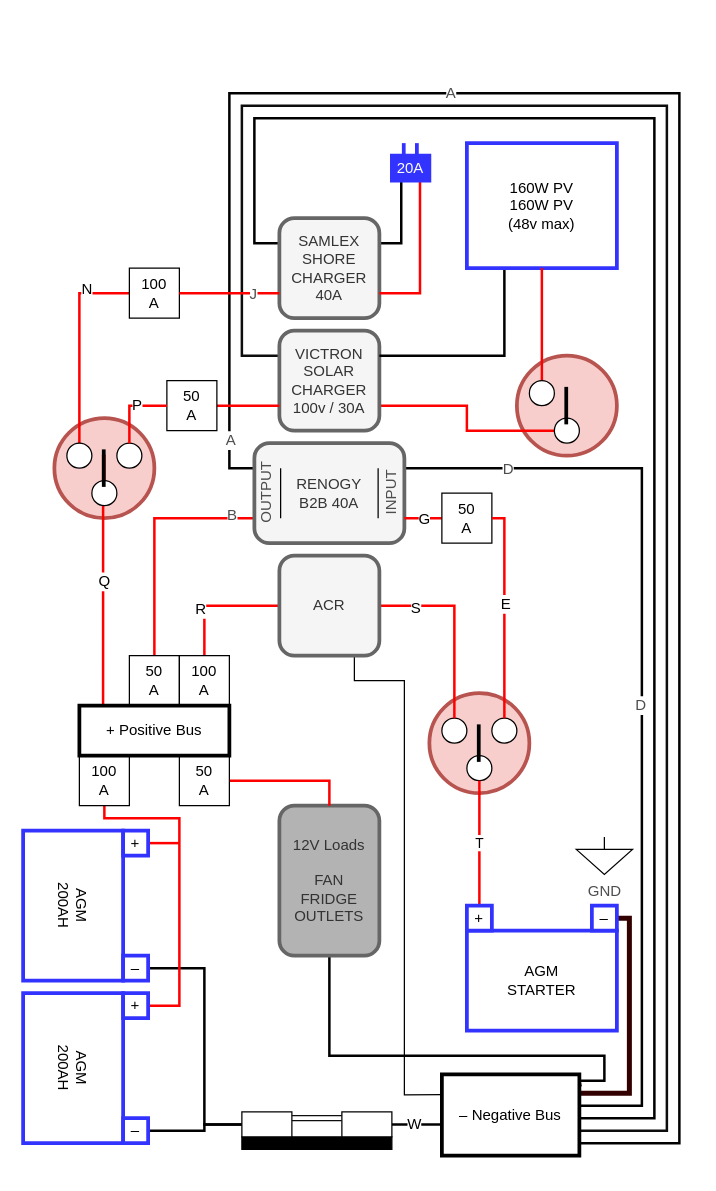
michael-collins/12v keeps this draw.io diagram as electrical-diagram.drawio. Above is the earlier version. Source tidied: cells renumbered, new cells numbered last; positions are measured from the earlier drawing's top-left corner, leaving out a move shared by most shapes. Both pictures are drawn from the tidied source at 125%, with x=0, y=0 at pixel (-2, 92).
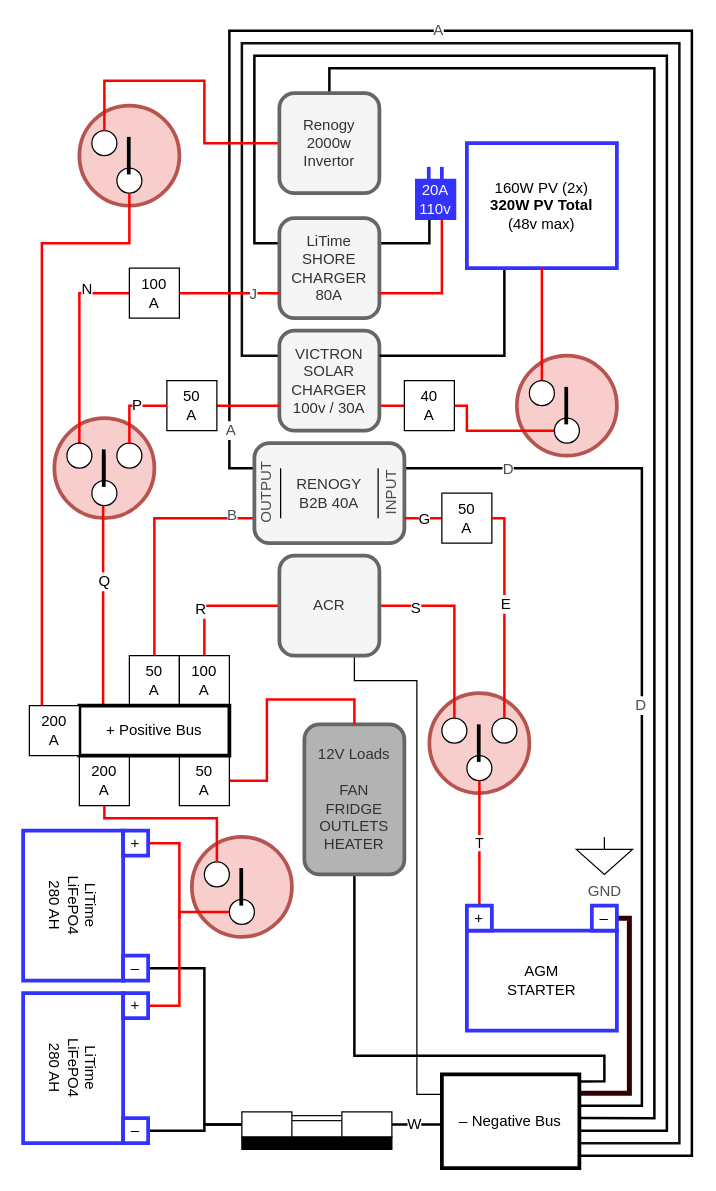
After the change.

Unchanged cells that the change refers to:
```xml
<mxCell id="19" value="ACR" style="whiteSpace=wrap;html=1;strokeWidth=3;fillColor=#f5f5f5;strokeColor=#666666;fontColor=#333333;rounded=1;" parent="1" vertex="1">
  <mxGeometry x="225" y="370" width="80" height="80" as="geometry" />
</mxCell>
<mxCell id="22" value="VICTRON&lt;br&gt;SOLAR&lt;br&gt;CHARGER&lt;br&gt;100v / 30A" style="whiteSpace=wrap;html=1;fillColor=#f5f5f5;strokeColor=#666666;fontColor=#333333;strokeWidth=3;rounded=1;" parent="1" vertex="1">
  <mxGeometry x="225" y="190" width="80" height="80" as="geometry" />
</mxCell>
<mxCell id="31" value="RENOGY&lt;br&gt;B2B 40A" style="rounded=1;whiteSpace=wrap;html=1;strokeWidth=3;fillColor=#f5f5f5;strokeColor=#666666;fontColor=#333333;" parent="1" vertex="1">
  <mxGeometry x="205" y="280" width="120" height="80" as="geometry" />
</mxCell>
<mxCell id="84" value="+" style="whiteSpace=wrap;html=1;rotation=0;strokeWidth=3;strokeColor=#3333FF;" parent="1" vertex="1">
  <mxGeometry x="100" y="590" width="20" height="20" as="geometry" />
</mxCell>
<mxCell id="87" value="+" style="whiteSpace=wrap;html=1;rotation=0;strokeColor=#3333FF;strokeWidth=3;" parent="1" vertex="1">
  <mxGeometry x="100" y="720" width="20" height="20" as="geometry" />
</mxCell>
```

Change to the diagram source:
```diff
@@
+    <mxCell id="101" style="group;" parent="1" vertex="1">
+      <mxGeometry x="155" y="595" width="80" height="80" as="geometry" />
+    </mxCell>
+    <mxCell id="102" style="ellipse;whiteSpace=wrap;html=1;strokeWidth=3;fillColor=#f8cecc;strokeColor=#b85450;" parent="101" vertex="1">
+      <mxGeometry width="80" height="80" as="geometry" />
+    </mxCell>
+    <mxCell id="103" style="group;rotation=-180;" parent="101" vertex="1">
+      <mxGeometry x="10" y="20" width="60" height="50" as="geometry" />
+    </mxCell>
+    <mxCell id="104" style="group;rotation=-180;" parent="103" vertex="1">
+      <mxGeometry width="60" height="50" as="geometry" />
+    </mxCell>
+    <mxCell id="105" style="ellipse;whiteSpace=wrap;html=1;rotation=-180;" parent="104" vertex="1">
+      <mxGeometry x="20" y="30" width="20" height="20" as="geometry" />
+    </mxCell>
+    <mxCell id="106" style="ellipse;whiteSpace=wrap;html=1;rotation=-180;" parent="104" vertex="1">
+      <mxGeometry width="20" height="20" as="geometry" />
+    </mxCell>
+    <mxCell id="107" style="endArrow=none;html=1;strokeColor=#000000;strokeWidth=3;" parent="101" edge="1">
+      <mxGeometry relative="1" as="geometry">
+        <mxPoint x="39.5" y="55" as="sourcePoint" />
+        <mxPoint x="39.5" y="25" as="targetPoint" />
+      </mxGeometry>
+    </mxCell>
@@
-    <mxCell id="13" style="edgeStyle=orthogonalEdgeStyle;rounded=0;jettySize=auto;html=1;strokeColor=#FF0000;endArrow=none;endFill=0;entryX=0.5;entryY=1;entryDx=0;entryDy=0;elbow=vertical;strokeWidth=2;exitX=1;exitY=0.5;exitDx=0;exitDy=0;" parent="1" edge="1" source="87" target="52">
+    <mxCell id="13" style="edgeStyle=orthogonalEdgeStyle;rounded=0;jettySize=auto;html=1;strokeColor=#FF0000;endArrow=none;endFill=0;elbow=vertical;strokeWidth=2;exitX=1;exitY=0.5;exitDx=0;exitDy=0;" parent="1" edge="1" source="87" target="105">
       <mxGeometry relative="1" as="geometry">
         <Array as="points">
           <mxPoint x="145" y="730" />
-          <mxPoint x="145" y="580" />
-          <mxPoint x="85" y="580" />
+          <mxPoint x="145" y="655" />
         </Array>
       </mxGeometry>
     </mxCell>
@@
     <mxCell id="18" style="edgeStyle=orthogonalEdgeStyle;rounded=0;jettySize=auto;html=1;exitX=0.75;exitY=1;exitDx=0;exitDy=0;entryX=0;entryY=0.25;entryDx=0;entryDy=0;endArrow=none;endFill=0;strokeColor=#000000;strokeWidth=1;fontColor=#4D4D4D;" parent="1" edge="1" source="19" target="82">
       <mxGeometry relative="1" as="geometry">
         <Array as="points">
           <mxPoint x="285" y="470" />
-          <mxPoint x="325" y="470" />
-          <mxPoint x="325" y="801" />
+          <mxPoint x="335" y="470" />
+          <mxPoint x="335" y="801" />
         </Array>
       </mxGeometry>
     </mxCell>
@@
     <mxCell id="21" style="edgeStyle=orthogonalEdgeStyle;rounded=0;jettySize=auto;html=1;exitX=0;exitY=0.25;exitDx=0;exitDy=0;endArrow=none;endFill=0;strokeColor=#0D0D0D;strokeWidth=2;" parent="1" edge="1" source="22" target="82">
       <mxGeometry relative="1" as="geometry">
         <Array as="points">
           <mxPoint x="195" y="210" />
-          <mxPoint x="195" y="10" />
-          <mxPoint x="535" y="10" />
-          <mxPoint x="535" y="830" />
+          <mxPoint x="195" y="-40" />
+          <mxPoint x="545" y="-40" />
+          <mxPoint x="545" y="840" />
         </Array>
       </mxGeometry>
     </mxCell>
@@
     <mxCell id="25" style="edgeStyle=orthogonalEdgeStyle;rounded=0;jettySize=auto;html=1;exitX=0;exitY=0.25;exitDx=0;exitDy=0;endArrow=none;endFill=0;strokeColor=#000000;strokeWidth=2;" parent="1" edge="1" source="31" target="82">
       <mxGeometry relative="1" as="geometry">
         <Array as="points">
           <mxPoint x="185" y="300" />
-          <mxPoint x="185" />
-          <mxPoint x="545" />
-          <mxPoint x="545" y="840" />
+          <mxPoint x="185" y="-50" />
+          <mxPoint x="555" y="-50" />
+          <mxPoint x="555" y="850" />
         </Array>
       </mxGeometry>
     </mxCell>
@@
-    <mxCell id="35" value="160W PV&lt;br&gt;160W PV&lt;br&gt;(48v max)" style="rounded=0;whiteSpace=wrap;html=1;strokeColor=#3333FF;strokeWidth=3;" parent="1" vertex="1">
+    <mxCell id="35" value="160W PV (2x)&lt;br&gt;&lt;b&gt;320W PV Total&lt;/b&gt;&lt;br&gt;(48v max)" style="rounded=0;whiteSpace=wrap;html=1;strokeColor=#3333FF;strokeWidth=3;" parent="1" vertex="1">
       <mxGeometry x="375" y="40" width="120" height="100" as="geometry" />
     </mxCell>
@@
-    <mxCell id="46" style="edgeStyle=orthogonalEdgeStyle;rounded=0;jettySize=auto;html=1;exitX=0.5;exitY=1;exitDx=0;exitDy=0;endArrow=none;endFill=0;strokeColor=#000000;strokeWidth=2;entryX=1.009;entryY=0.15;entryDx=0;entryDy=0;entryPerimeter=0;" parent="1" edge="1" source="47" target="82">
+    <mxCell id="46" style="edgeStyle=orthogonalEdgeStyle;rounded=0;jettySize=auto;html=1;exitX=0.5;exitY=1;exitDx=0;exitDy=0;endArrow=none;endFill=0;strokeColor=#000000;strokeWidth=2;entryX=1.007;entryY=0.075;entryDx=0;entryDy=0;entryPerimeter=0;" parent="1" edge="1" source="47" target="82">
       <mxGeometry relative="1" as="geometry">
         <Array as="points">
-          <mxPoint x="265" y="770" />
+          <mxPoint x="285" y="770" />
           <mxPoint x="485" y="770" />
-          <mxPoint x="485" y="790" />
-          <mxPoint x="465" y="790" />
+          <mxPoint x="485" y="791" />
         </Array>
       </mxGeometry>
     </mxCell>
-    <mxCell id="47" value="12V Loads&lt;br&gt;&lt;br&gt;FAN&lt;br&gt;FRIDGE&lt;br&gt;OUTLETS" style="rounded=1;whiteSpace=wrap;html=1;fillColor=#B3B3B3;strokeColor=#666666;fontColor=#333333;strokeWidth=3;" parent="1" vertex="1">
-      <mxGeometry x="225" y="570" width="80" height="120" as="geometry" />
+    <mxCell id="47" value="12V Loads&lt;br&gt;&lt;br&gt;FAN&lt;br&gt;FRIDGE&lt;br&gt;OUTLETS&lt;div&gt;HEATER&lt;/div&gt;" style="rounded=1;whiteSpace=wrap;html=1;fillColor=#B3B3B3;strokeColor=#666666;fontColor=#333333;strokeWidth=3;" parent="1" vertex="1">
+      <mxGeometry x="245" y="505" width="80" height="120" as="geometry" />
     </mxCell>
@@
-    <mxCell id="52" value="100&lt;br&gt;A" style="whiteSpace=wrap;html=1;" parent="1" vertex="1">
+    <mxCell id="52" value="200&lt;br&gt;A" style="whiteSpace=wrap;html=1;" parent="1" vertex="1">
       <mxGeometry x="65" y="530" width="40" height="40" as="geometry" />
     </mxCell>
@@
     <mxCell id="55" style="edgeStyle=orthogonalEdgeStyle;rounded=0;jettySize=auto;html=1;exitX=1;exitY=0.5;exitDx=0;exitDy=0;endArrow=none;endFill=0;strokeColor=#FF0000;strokeWidth=2;" parent="1" edge="1" source="84">
       <mxGeometry relative="1" as="geometry">
-        <mxPoint x="145" y="600" as="targetPoint" />
+        <mxPoint x="145" y="660" as="targetPoint" />
         <Array as="points">
           <mxPoint x="145" y="600" />
           <mxPoint x="145" y="600" />
         </Array>
       </mxGeometry>
     </mxCell>
@@
     <mxCell id="58" style="edgeStyle=orthogonalEdgeStyle;rounded=0;jettySize=auto;html=1;exitX=0;exitY=0.25;exitDx=0;exitDy=0;endArrow=none;endFill=0;strokeColor=#000000;strokeWidth=2;" parent="1" edge="1" source="60" target="82">
       <mxGeometry relative="1" as="geometry">
         <Array as="points">
           <mxPoint x="205" y="120" />
-          <mxPoint x="205" y="20" />
-          <mxPoint x="525" y="20" />
-          <mxPoint x="525" y="820" />
+          <mxPoint x="205" y="-30" />
+          <mxPoint x="535" y="-30" />
+          <mxPoint x="535" y="830" />
         </Array>
       </mxGeometry>
     </mxCell>
     <mxCell id="59" style="edgeStyle=orthogonalEdgeStyle;rounded=0;jettySize=auto;html=1;exitX=1;exitY=0.25;exitDx=0;exitDy=0;endArrow=none;endFill=0;strokeColor=#000000;strokeWidth=2;entryX=0.25;entryY=1;entryDx=0;entryDy=0;" parent="1" edge="1" source="60" target="70">
       <mxGeometry relative="1" as="geometry">
         <Array as="points">
-          <mxPoint x="323" y="120" />
+          <mxPoint x="345" y="120" />
+          <mxPoint x="345" y="100" />
         </Array>
       </mxGeometry>
     </mxCell>
-    <mxCell id="60" value="SAMLEX&lt;br&gt;SHORE&lt;br&gt;CHARGER&lt;br&gt;40A" style="whiteSpace=wrap;html=1;strokeColor=#666666;fillColor=#f5f5f5;strokeWidth=3;fontColor=#333333;rounded=1;" parent="1" vertex="1">
+    <mxCell id="60" value="LiTime&lt;br&gt;SHORE&lt;br&gt;CHARGER&lt;br&gt;80A" style="whiteSpace=wrap;html=1;strokeColor=#666666;fillColor=#f5f5f5;strokeWidth=3;fontColor=#333333;rounded=1;" parent="1" vertex="1">
       <mxGeometry x="225" y="100" width="80" height="80" as="geometry" />
     </mxCell>
@@
     <mxCell id="62" style="edgeStyle=orthogonalEdgeStyle;rounded=0;jettySize=auto;html=1;exitX=1;exitY=0.75;exitDx=0;exitDy=0;endArrow=none;endFill=0;strokeColor=#FF0000;strokeWidth=2;entryX=0.75;entryY=1;entryDx=0;entryDy=0;" parent="1" edge="1" source="60" target="70">
       <mxGeometry relative="1" as="geometry">
         <Array as="points">
-          <mxPoint x="338" y="160" />
+          <mxPoint x="355" y="160" />
+          <mxPoint x="355" y="100" />
         </Array>
       </mxGeometry>
     </mxCell>
@@
-    <mxCell id="70" value="&lt;font color=&quot;#fcfcfc&quot;&gt;20A&lt;/font&gt;" style="rounded=0;whiteSpace=wrap;html=1;strokeWidth=3;fillColor=#3333FF;strokeColor=#3333FF;" parent="1" vertex="1">
-      <mxGeometry x="315" y="50" width="30" height="20" as="geometry" />
+    <mxCell id="70" value="&lt;font color=&quot;#fcfcfc&quot;&gt;20A&lt;/font&gt;&lt;div&gt;&lt;font color=&quot;#fcfcfc&quot;&gt;110v&lt;/font&gt;&lt;/div&gt;" style="rounded=0;whiteSpace=wrap;html=1;strokeWidth=3;fillColor=#3333FF;strokeColor=#3333FF;" parent="1" vertex="1">
+      <mxGeometry x="335" y="70" width="30" height="30" as="geometry" />
     </mxCell>
     <mxCell id="71" style="endArrow=none;html=1;strokeColor=#3333FF;strokeWidth=3;" parent="1" edge="1">
       <mxGeometry relative="1" as="geometry">
-        <mxPoint x="324.5" y="50" as="sourcePoint" />
-        <mxPoint x="324.5" y="40" as="targetPoint" />
+        <mxPoint x="344.5" y="69" as="sourcePoint" />
+        <mxPoint x="344.5" y="59" as="targetPoint" />
       </mxGeometry>
     </mxCell>
     <mxCell id="72" style="endArrow=none;html=1;strokeColor=#3333FF;strokeWidth=3;" parent="1" edge="1">
       <mxGeometry relative="1" as="geometry">
-        <mxPoint x="335" y="50" as="sourcePoint" />
-        <mxPoint x="335" y="40" as="targetPoint" />
+        <mxPoint x="355" y="69" as="sourcePoint" />
+        <mxPoint x="355" y="59" as="targetPoint" />
       </mxGeometry>
     </mxCell>
@@
     <mxCell id="82" value="– Negative Bus" style="rounded=0;whiteSpace=wrap;html=1;strokeColor=#000000;strokeWidth=3;" parent="1" vertex="1">
-      <mxGeometry x="355" y="785" width="110" height="65" as="geometry" />
+      <mxGeometry x="355" y="785" width="110" height="75" as="geometry" />
     </mxCell>
-    <mxCell id="83" value="AGM&lt;br&gt;200AH" style="rounded=0;whiteSpace=wrap;html=1;rotation=90;strokeWidth=3;strokeColor=#3333FF;" parent="1" vertex="1">
+    <mxCell id="83" value="&lt;div&gt;LiTime&lt;/div&gt;LiFePO4&lt;div&gt;280 AH&lt;/div&gt;" style="rounded=0;whiteSpace=wrap;html=1;rotation=90;strokeWidth=3;strokeColor=#3333FF;" parent="1" vertex="1">
       <mxGeometry y="610" width="120" height="80" as="geometry" />
     </mxCell>
@@
-    <mxCell id="86" value="AGM&lt;br&gt;200AH" style="rounded=0;whiteSpace=wrap;html=1;rotation=90;strokeWidth=3;strokeColor=#3333FF;" parent="1" vertex="1">
+    <mxCell id="86" value="&lt;div&gt;LiTime&lt;/div&gt;LiFePO4&lt;div&gt;280 AH&lt;/div&gt;" style="rounded=0;whiteSpace=wrap;html=1;rotation=90;strokeWidth=3;strokeColor=#3333FF;" parent="1" vertex="1">
       <mxGeometry y="740" width="120" height="80" as="geometry" />
     </mxCell>
@@
+    <mxCell id="108" style="edgeStyle=orthogonalEdgeStyle;rounded=0;jettySize=auto;html=1;strokeColor=#FF0000;endArrow=none;endFill=0;elbow=vertical;strokeWidth=2;entryX=0.5;entryY=1;entryDx=0;entryDy=0;" parent="1" edge="1" source="106" target="52">
+      <mxGeometry relative="1" as="geometry">
+        <Array as="points">
+          <mxPoint x="175" y="580" />
+          <mxPoint x="85" y="580" />
+        </Array>
+      </mxGeometry>
+    </mxCell>
+    <mxCell id="109" style="group;" parent="1" vertex="1">
+      <mxGeometry x="65" y="10" width="80" height="80" as="geometry" />
+    </mxCell>
+    <mxCell id="110" style="ellipse;whiteSpace=wrap;html=1;strokeWidth=3;fillColor=#f8cecc;strokeColor=#b85450;" parent="109" vertex="1">
+      <mxGeometry width="80" height="80" as="geometry" />
+    </mxCell>
+    <mxCell id="111" style="group;rotation=-180;" parent="109" vertex="1">
+      <mxGeometry x="10" y="20" width="60" height="50" as="geometry" />
+    </mxCell>
+    <mxCell id="112" style="group;rotation=-180;" parent="111" vertex="1">
+      <mxGeometry width="60" height="50" as="geometry" />
+    </mxCell>
+    <mxCell id="113" style="ellipse;whiteSpace=wrap;html=1;rotation=-180;" parent="112" vertex="1">
+      <mxGeometry x="20" y="30" width="20" height="20" as="geometry" />
+    </mxCell>
+    <mxCell id="114" style="ellipse;whiteSpace=wrap;html=1;rotation=-180;" parent="112" vertex="1">
+      <mxGeometry width="20" height="20" as="geometry" />
+    </mxCell>
+    <mxCell id="115" style="endArrow=none;html=1;strokeColor=#000000;strokeWidth=3;" parent="109" edge="1">
+      <mxGeometry relative="1" as="geometry">
+        <mxPoint x="39.5" y="55" as="sourcePoint" />
+        <mxPoint x="39.5" y="25" as="targetPoint" />
+      </mxGeometry>
+    </mxCell>
+    <mxCell id="116" style="edgeStyle=orthogonalEdgeStyle;rounded=0;jettySize=auto;html=1;entryX=0;entryY=0.5;entryDx=0;entryDy=0;endArrow=none;endFill=0;strokeColor=#FF0000;strokeWidth=2;exitX=0.5;exitY=1;exitDx=0;exitDy=0;" parent="1" edge="1" source="114" target="120">
+      <mxGeometry relative="1" as="geometry">
+        <Array as="points">
+          <mxPoint x="85" y="-10" />
+          <mxPoint x="165" y="-10" />
+          <mxPoint x="165" y="40" />
+        </Array>
+      </mxGeometry>
+    </mxCell>
+    <mxCell id="117" style="edgeStyle=orthogonalEdgeStyle;rounded=0;jettySize=auto;html=1;endArrow=none;endFill=0;strokeColor=#FF0000;strokeWidth=2;exitX=0.5;exitY=0;exitDx=0;exitDy=0;entryX=0.25;entryY=0;entryDx=0;entryDy=0;" parent="1" edge="1" source="113" target="118">
+      <mxGeometry relative="1" as="geometry">
+        <Array as="points">
+          <mxPoint x="105" y="120" />
+          <mxPoint x="35" y="120" />
+        </Array>
+      </mxGeometry>
+    </mxCell>
+    <mxCell id="118" value="200&lt;br&gt;A" style="whiteSpace=wrap;html=1;" parent="1" vertex="1">
+      <mxGeometry x="25" y="490" width="40" height="40" as="geometry" />
+    </mxCell>
+    <mxCell id="119" style="edgeStyle=orthogonalEdgeStyle;rounded=0;jettySize=auto;html=1;endArrow=none;endFill=0;strokeColor=#000000;strokeWidth=2;entryX=1;entryY=0.466;entryDx=0;entryDy=0;entryPerimeter=0;exitX=0.5;exitY=0;exitDx=0;exitDy=0;" parent="1" edge="1" source="120" target="82">
+      <mxGeometry relative="1" as="geometry">
+        <Array as="points">
+          <mxPoint x="265" y="-20" />
+          <mxPoint x="525" y="-20" />
+          <mxPoint x="525" y="820" />
+        </Array>
+      </mxGeometry>
+    </mxCell>
+    <mxCell id="120" value="Renogy&lt;div&gt;2000w&lt;/div&gt;&lt;div&gt;Invertor&lt;/div&gt;" style="whiteSpace=wrap;html=1;strokeColor=#666666;fillColor=#f5f5f5;strokeWidth=3;fontColor=#333333;rounded=1;" parent="1" vertex="1">
+      <mxGeometry x="225" width="80" height="80" as="geometry" />
+    </mxCell>
+    <mxCell id="121" value="40&lt;br&gt;A" style="whiteSpace=wrap;html=1;" parent="1" vertex="1">
+      <mxGeometry x="325" y="230" width="40" height="40" as="geometry" />
+    </mxCell>
```
